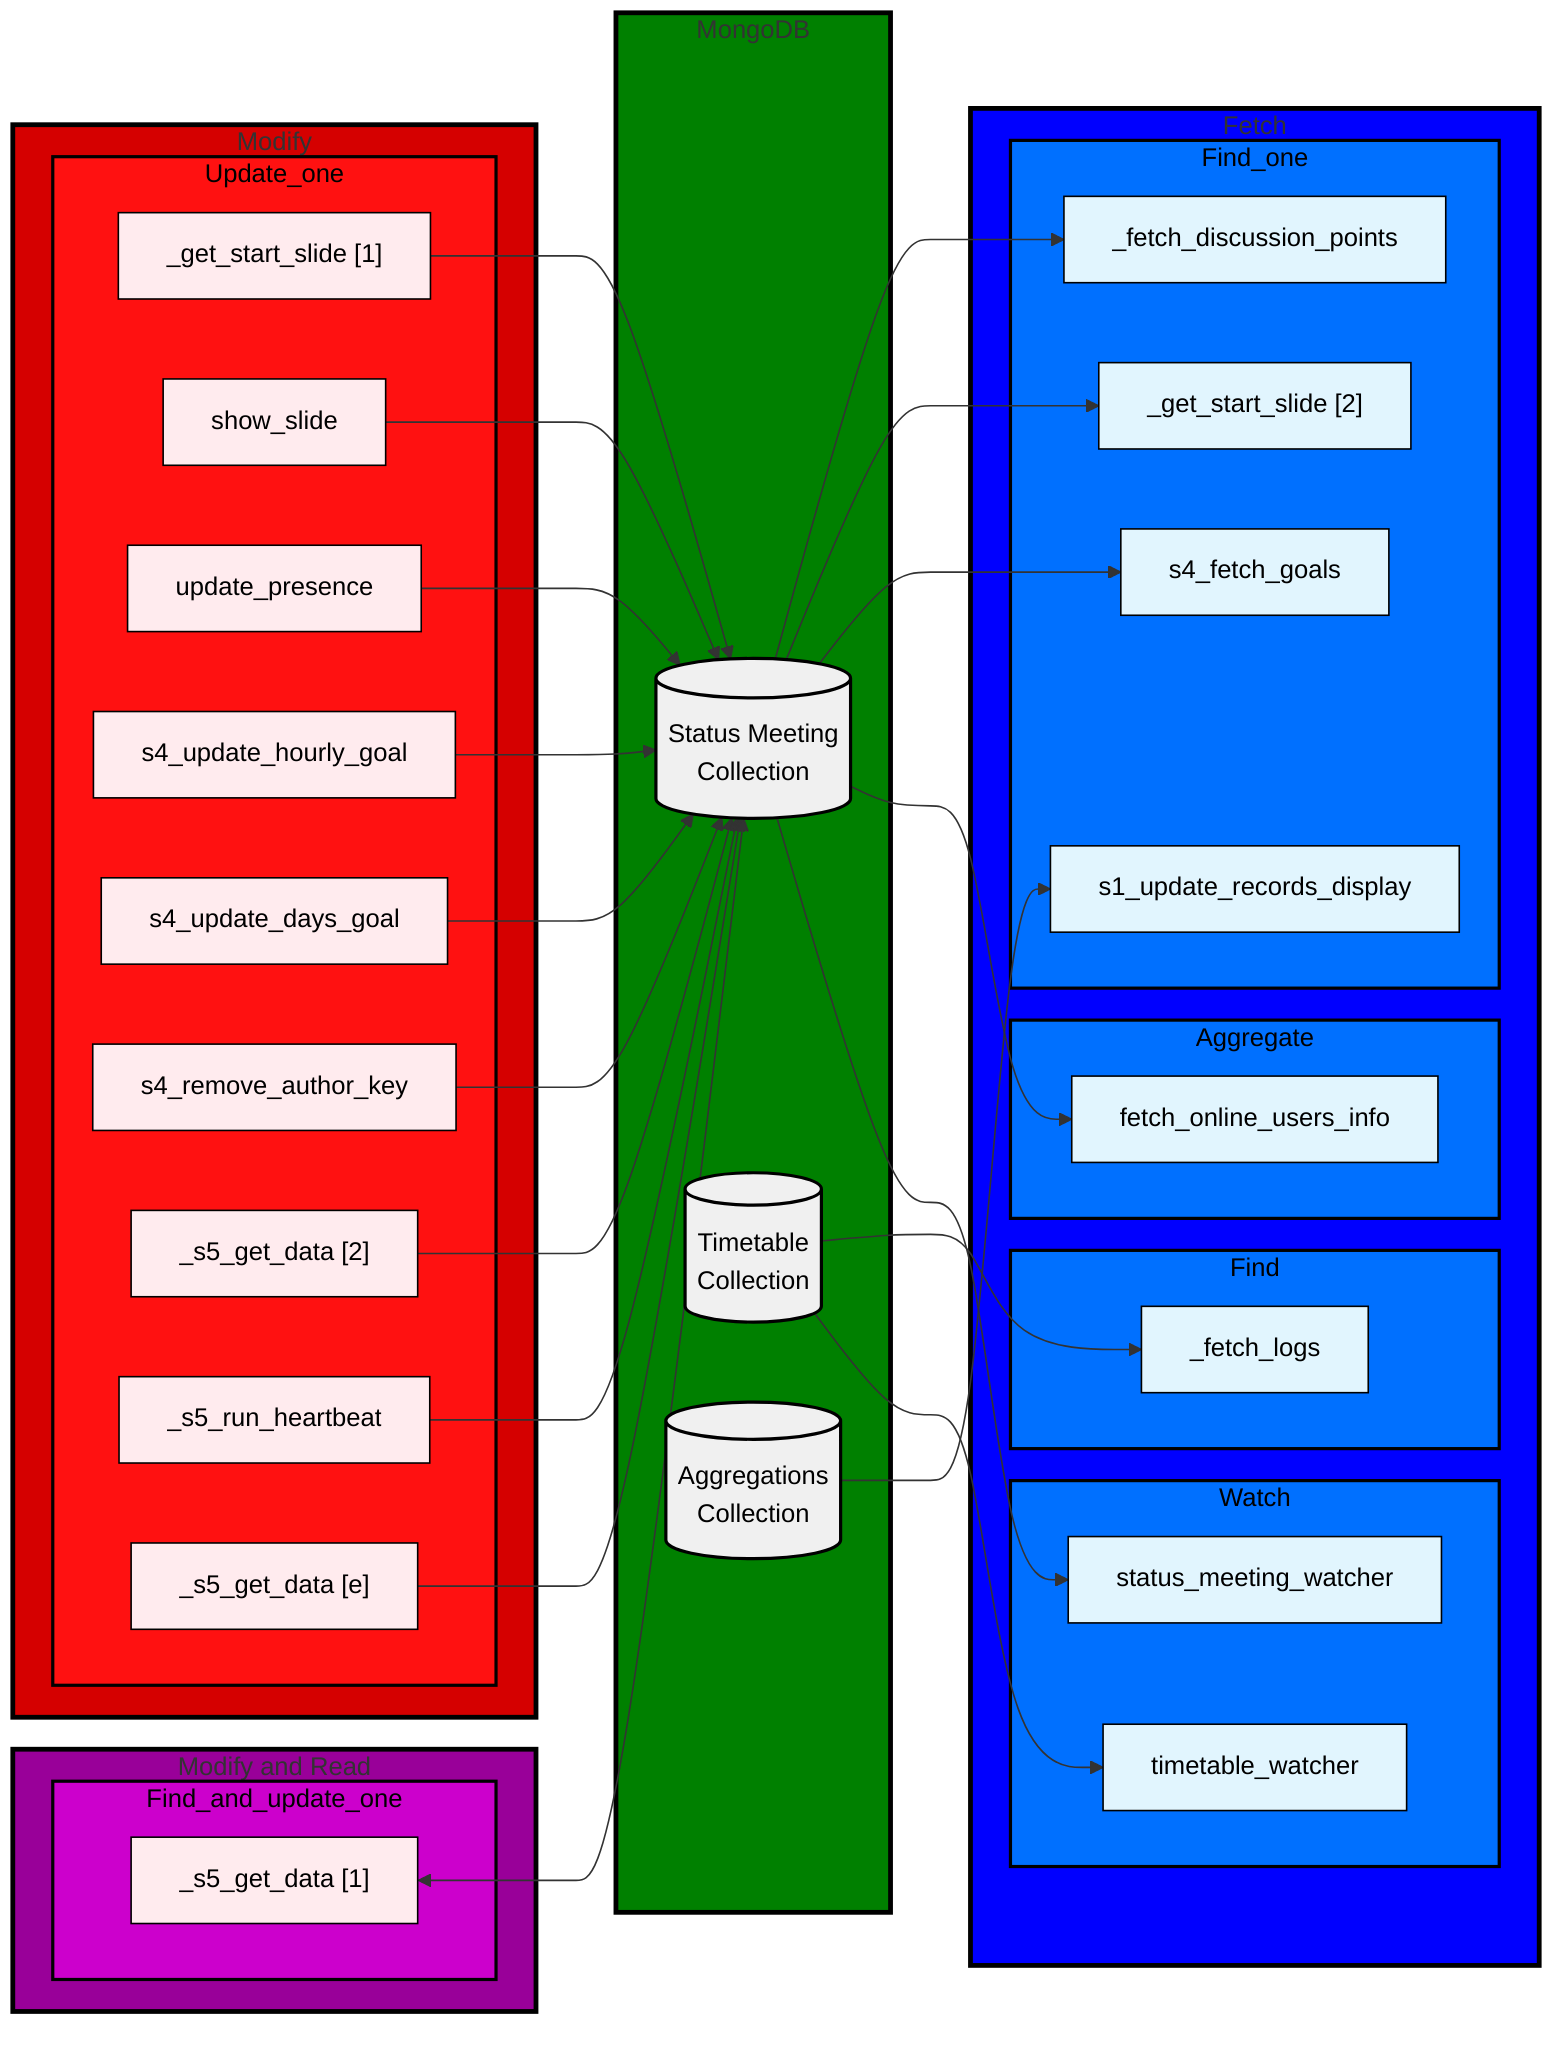
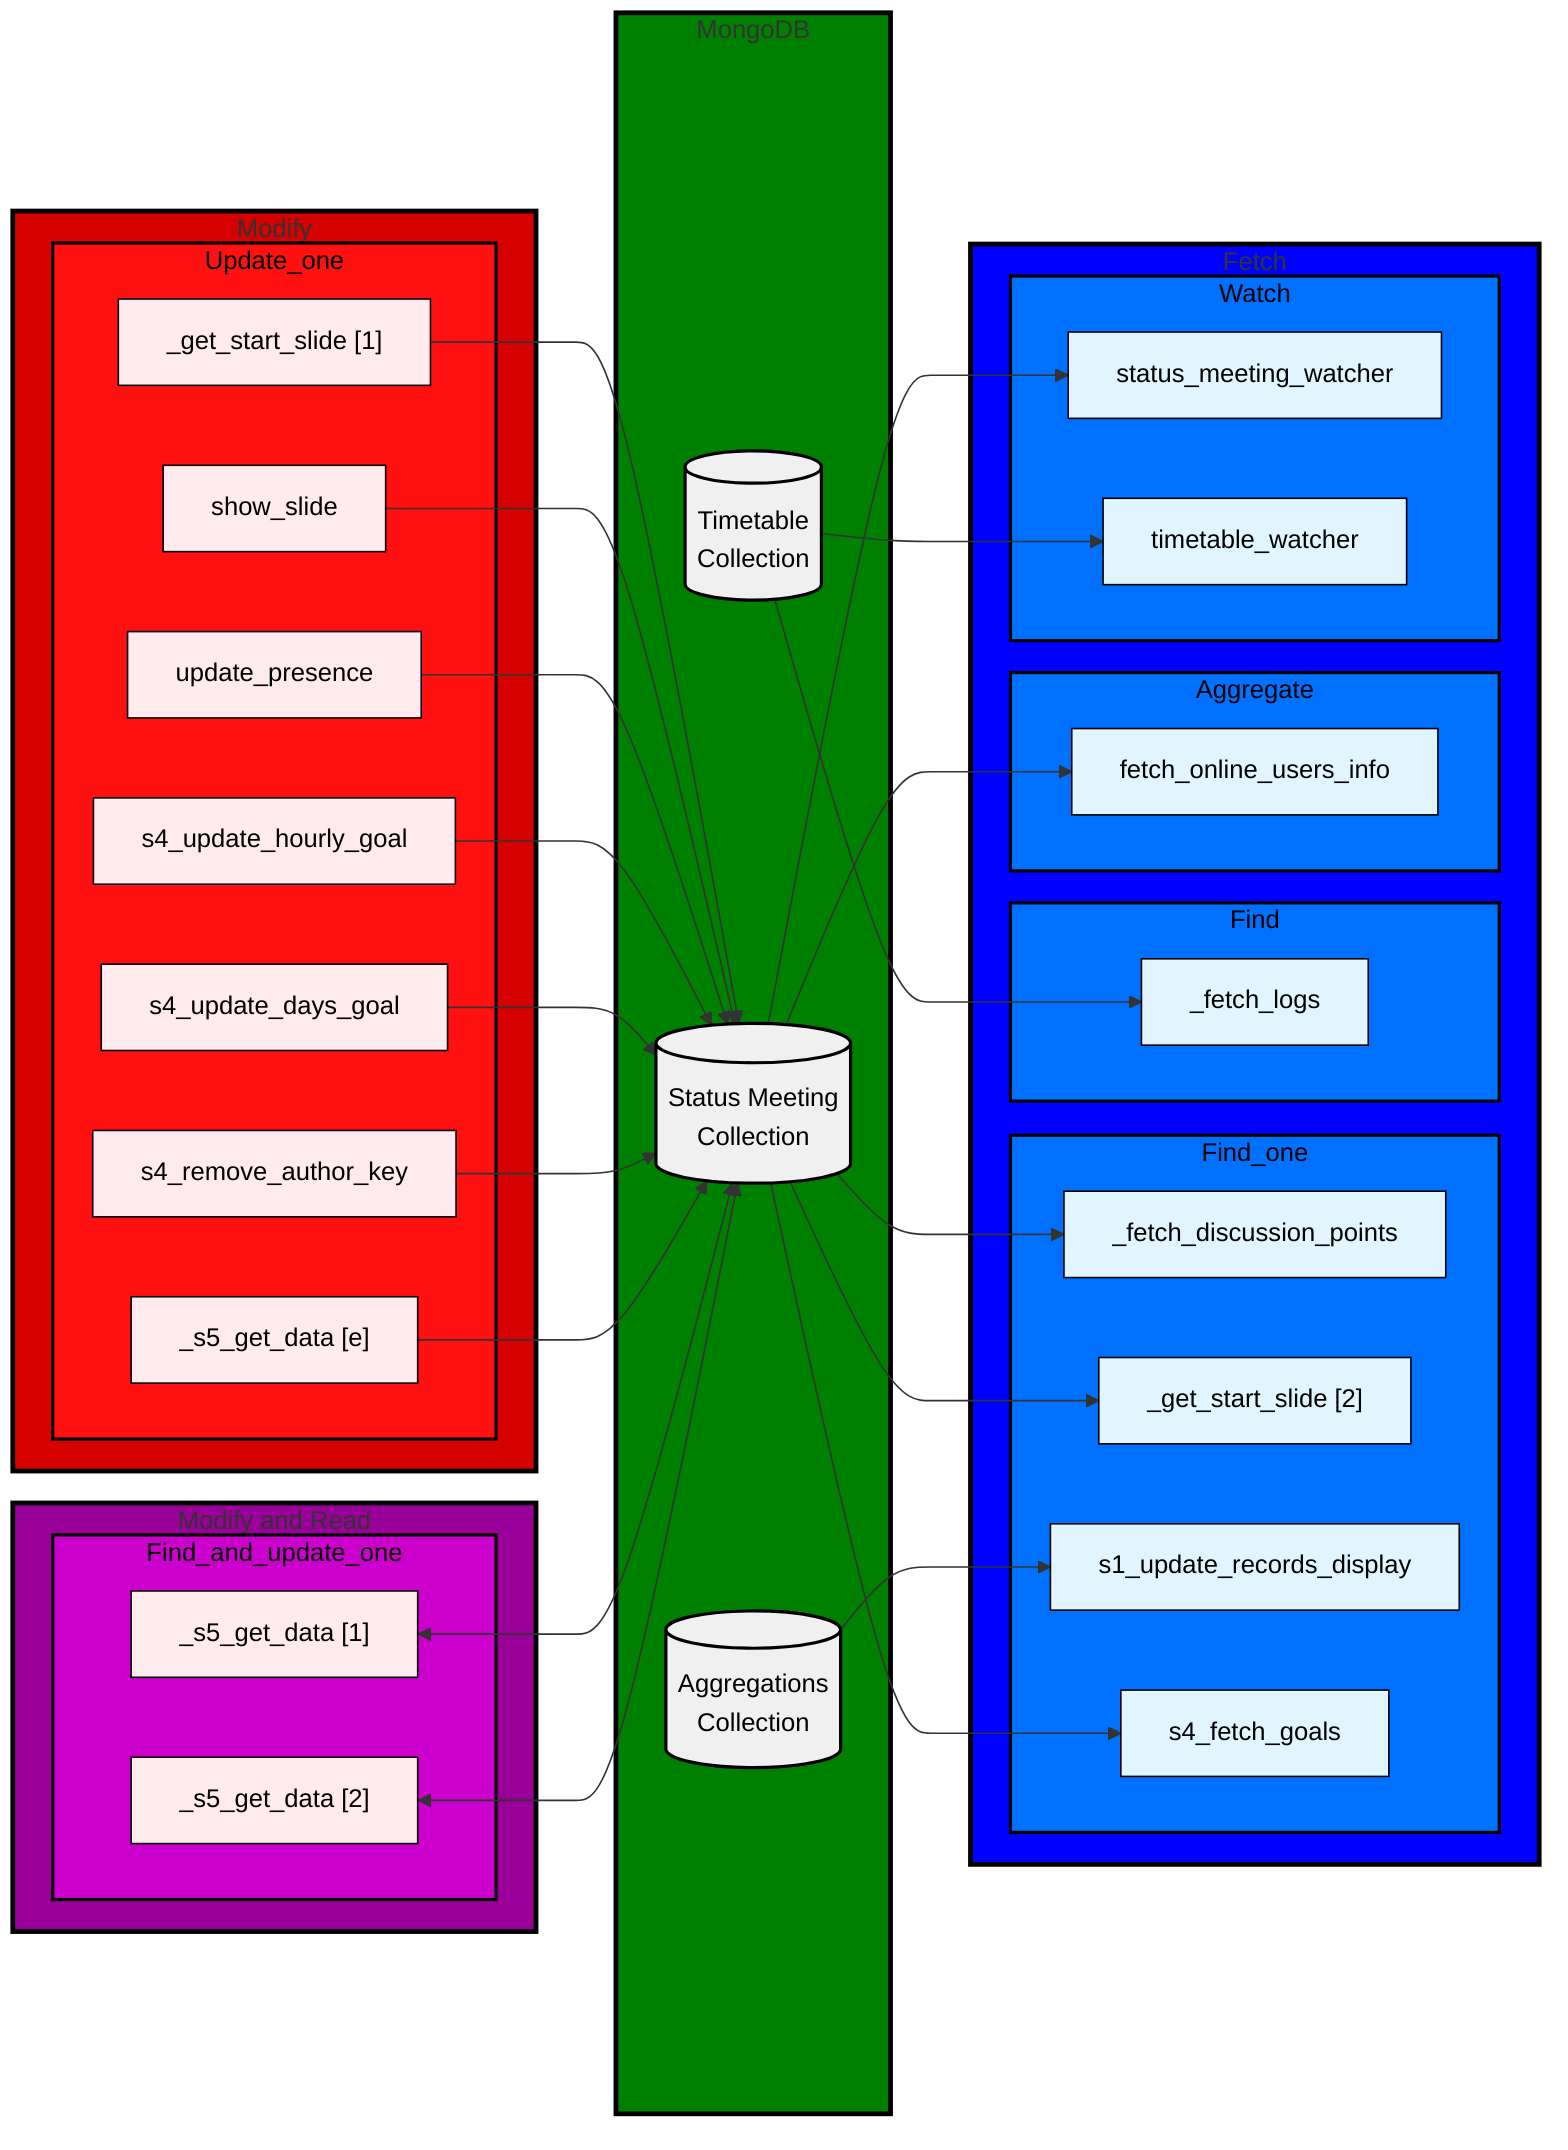
flowchart LR
    subgraph DBs["MongoDB"]
            DB_STATUS[("Status Meeting<br>Collection")]
            DB_TIME[("Timetable<br>Collection")]
            DB_AGG[("Aggregations<br>Collection")]
        end
    subgraph Modify["Modify"]
-         UpdateOne["Update_one"]
-     end
-     subgraph ModifyAndRead["Modify and Read"]
-         FindAndUpdateOne["Find_and_update_one"]
-     end
-     subgraph UpdateOne["Update_one"]
+         subgraph UpdateOne["Update_one"]
            Uo1["_get_start_slide [1]"]
            Uo2["show_slide"]
            Uo3["update_presence"]
            Uo4["s4_update_hourly_goal"]
            Uo5["s4_update_days_goal"]
            Uo6["s4_remove_author_key"]
-             Uo7["_s5_get_data [2]"]
-             Uo8["_s5_run_heartbeat"]
-             Uo9["_s5_get_data [e]"]
+             Uo7["_s5_get_data [e]"]
        end
-     subgraph FindAndUpdateOne["Find_and_update_one"]
-         Fauo1["_s5_get_data [1]"]
+     end
+     subgraph ModifyAndRead["Modify and Read"]
+         subgraph FindAndUpdateOne["Find_and_update_one"]
+             Fauo1["_s5_get_data [1]"]
+             Fauo2["_s5_get_data [2]"]
+         end
    end
    subgraph Reads["Fetch"]
-             FindOne["Find_one"]
-             Aggregate["Aggregate"]
-             Find["Find"]
-             Watch["WatchersNodes"]
-         end
-     subgraph Watch["Watch"]
-             W1["status_meeting_watcher"]
-             W2["timetable_watcher"]
-         end
-     subgraph FindOne["Find_one"]
+         subgraph FindOne["Find_one"]
            Fo1["_fetch_discussion_points"]
            Fo2["_get_start_slide [2]"]
            Fo3["s1_update_records_display"]
            Fo4["s4_fetch_goals"]
        end
-     subgraph Find["Find"]
+         subgraph Find["Find"]
            F1["_fetch_logs"]
        end
-     subgraph Aggregate["Aggregate"]
+         subgraph Aggregate["Aggregate"]
            A1["fetch_online_users_info"]
        end
+         subgraph Watch["Watch"]
+             W1["status_meeting_watcher"]
+             W2["timetable_watcher"]
+         end
+     end

-     Uo1 & Uo2 & Uo3 & Uo4 & Uo5 & Uo6 & Uo7 & Uo8 & Uo9 --> DB_STATUS
+     Uo1 & Uo2 & Uo3 & Uo4 & Uo5 & Uo6 & Uo7 --> DB_STATUS
    DB_STATUS --> Fo1 & Fo2 & Fo4 & A1 & W1
    DB_TIME --> F1 & W2
    DB_AGG --> Fo3
-     Fauo1 <--> DB_STATUS
+     Fauo1 & Fauo2 <--> DB_STATUS

    style Modify stroke:#000000,fill:#D50000,stroke-width:3px
    style DBs stroke:#000000,fill:#008000,stroke-width:3px
    style Reads stroke:#000000,fill:#0000FF,stroke-width:3px
    style ModifyAndRead stroke:#000000,fill:#990099,stroke-width:3px

    classDef sub_write fill:#FF1111,stroke:#000000,color:black, stroke-width:2px
    classDef sub_write_read fill:#CC00CC,stroke:#000000,color:black, stroke-width:2px
    classDef sub_read fill:#0070FF,stroke:#000000,color:black, stroke-width:2px

    class UpdateOne sub_write
    class FindAndUpdateOne sub_write_read
    class FindOne,Watch,Aggregate,Find sub_read
    %% def node classes %%
    classDef db fill:#f0f0f0,stroke:#000000,stroke-width:2px,color:black
    classDef write fill:#ffebee,stroke:#000000,color:black
    classDef writeread fill:#ffebee,stroke:#000000,color:black
    classDef read fill:#e1f5fe,stroke:#000000,color:black

    %% Assign nodes classes %%
    class DB_STATUS,DB_TIME,DB_AGG db
-     class Uo1,Uo2,Uo3,Uo4,Uo5,Uo6,Uo7,Uo8,Uo9 write
-     class Fauo1 writeread
-     class Fo1,Fo2,Fo3,Fo4,W1,W2,A1,F1 read
+     class Uo1,Uo2,Uo3,Uo4,Uo5,Uo6,Uo7 write
+     class Fauo1,Fauo2 writeread
+     class Fo1,Fo2,Fo3,Fo4,W1,W2,A1,F1 read